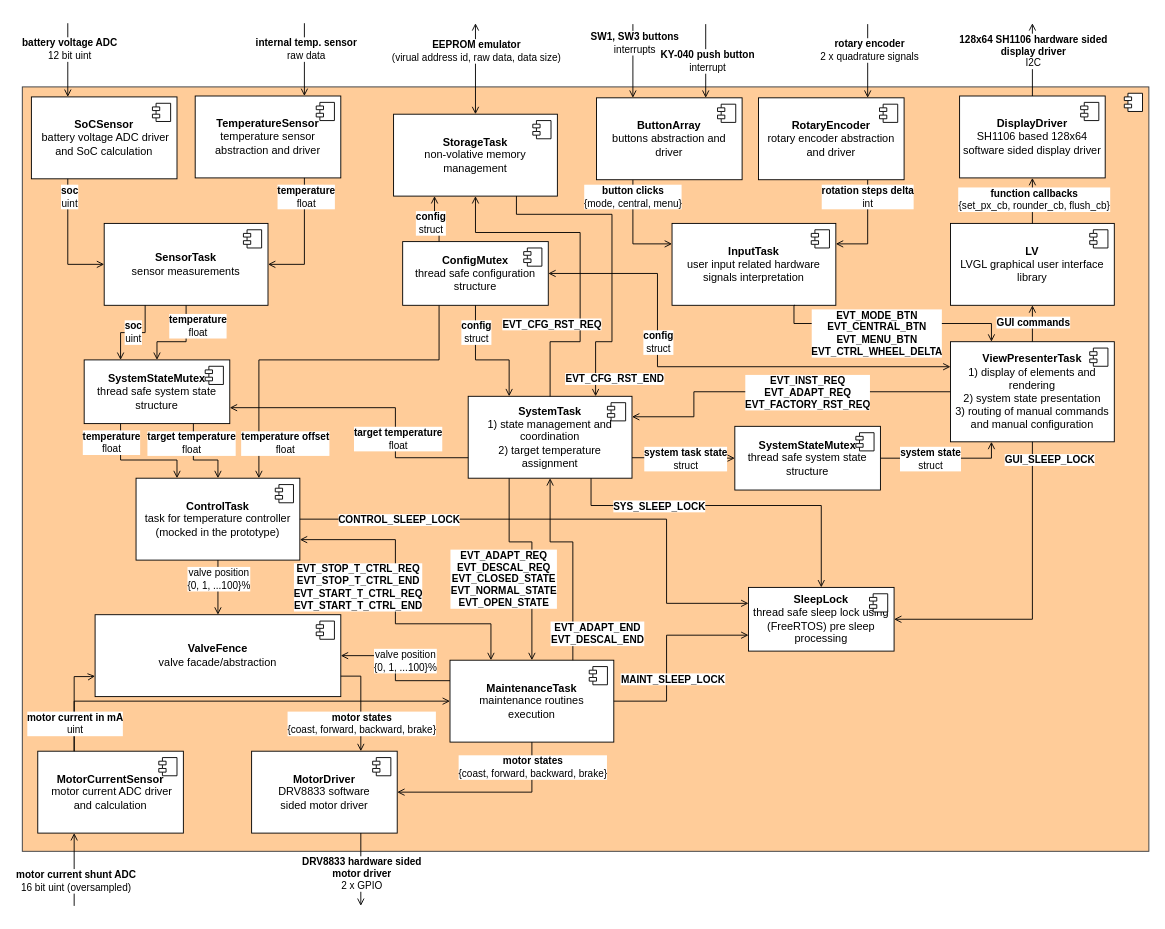
MiraTherm/miratherm-radiator-thermostat-documentation keeps this draw.io diagram as software/diagrams/mt-rt-sw-architecture.drawio. Above is the earlier version. Source tidied: cells renumbered, new cells numbered last; positions are measured from the earlier drawing's top-left corner, leaving out a move shared by most shapes. Both pictures are drawn from the tidied source at 91%, with x=0, y=0 at pixel (22, 23).
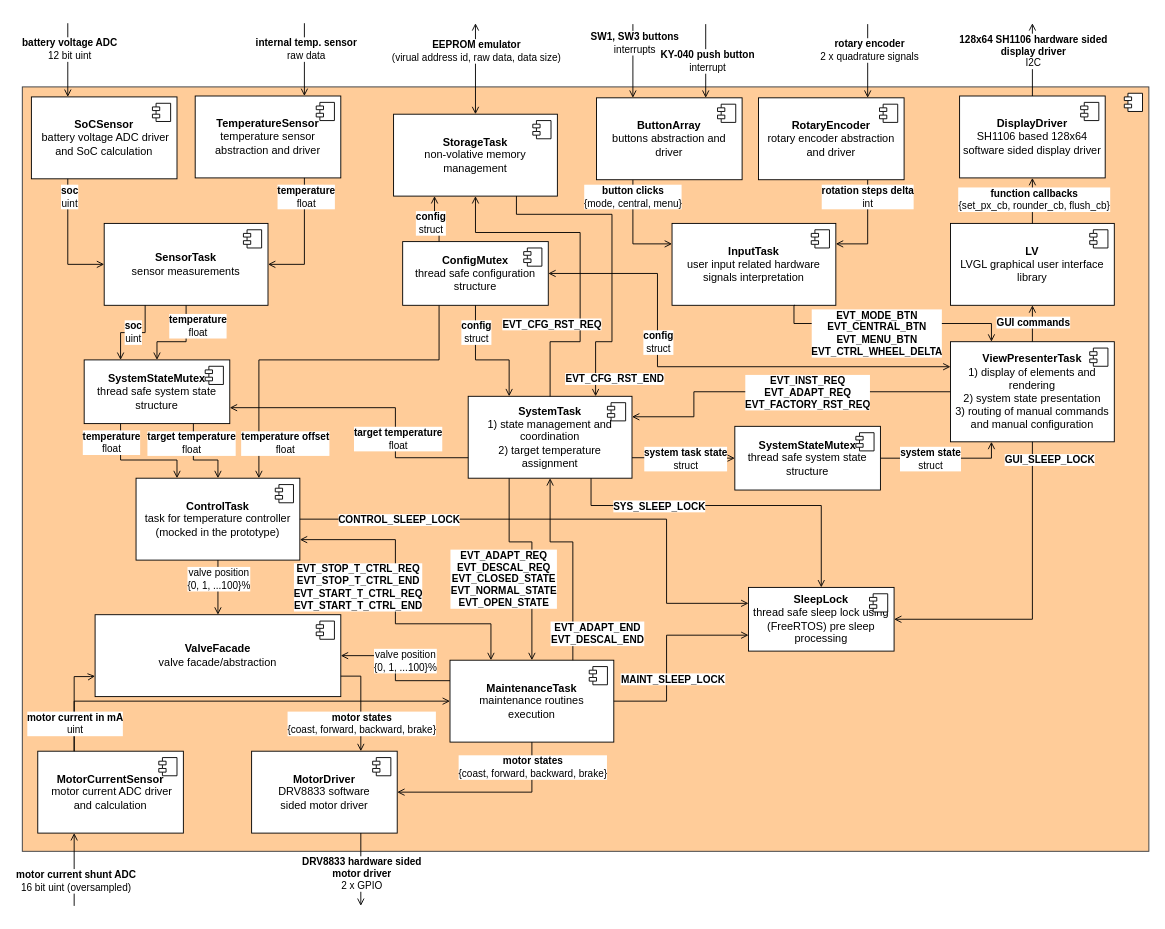
Above is the later version.

Diff of the diagram source:
```diff
@@
-    <mxCell id="26" value="&lt;div&gt;&lt;b&gt;ValveFence&lt;br&gt;&lt;/b&gt;valve facade/abstraction&lt;/div&gt;" style="html=1;whiteSpace=wrap;fontColor=default;" parent="1" vertex="1">
+    <mxCell id="26" value="&lt;div&gt;&lt;b&gt;ValveFacade&lt;br&gt;&lt;/b&gt;valve facade/abstraction&lt;/div&gt;" style="html=1;whiteSpace=wrap;fontColor=default;" parent="1" vertex="1">
       <mxGeometry x="80" y="650" width="270" height="90" as="geometry" />
     </mxCell>
```
